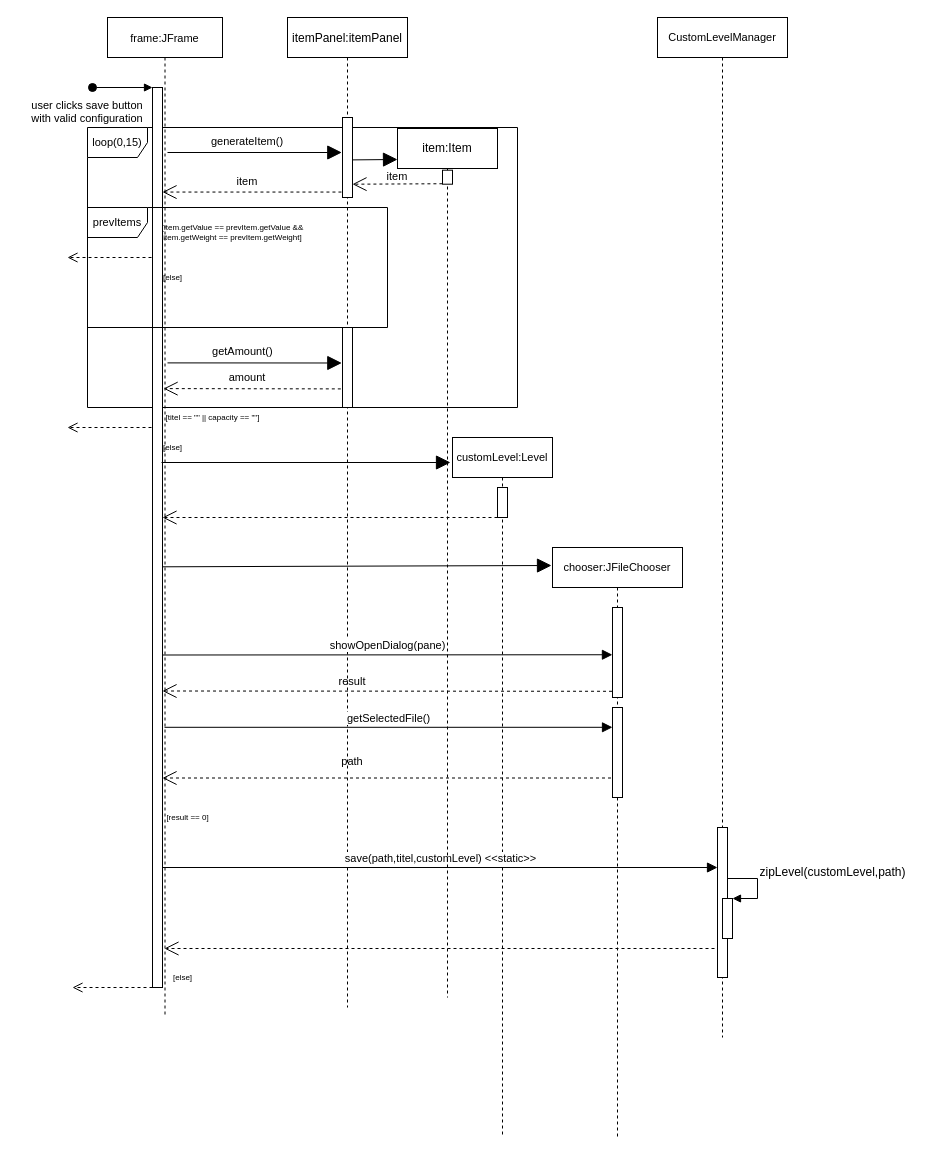
This is Squenzdiagramm.drawio from CaroReutin/Teamprojekt, a draw.io file, before an edit. Source tidied: cells renumbered, new cells numbered last; positions are measured from the earlier drawing's top-left corner, leaving out a move shared by most shapes. Both pictures are drawn from the tidied source at 100%, with x=0, y=0 at pixel (67, 17).
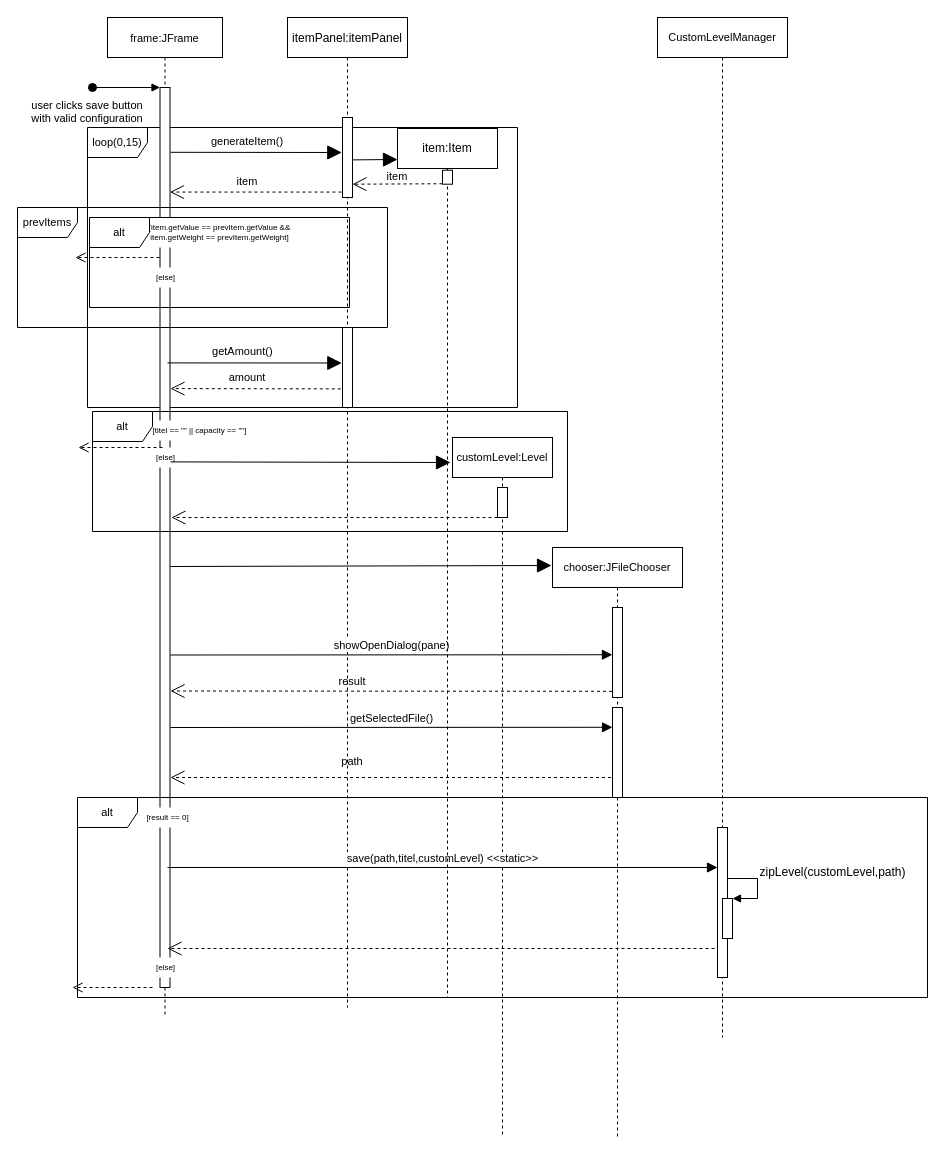
The same page after the edit.

Unchanged cells that the change refers to:
```xml
<mxCell id="3" value="frame:JFrame" style="shape=umlLifeline;perimeter=lifelinePerimeter;rounded=0;shadow=0;strokeWidth=1;fontSize=11;" parent="1" vertex="1">
  <mxGeometry x="40" width="115" height="1000" as="geometry" />
</mxCell>
<mxCell id="24" value="chooser:JFileChooser" style="shape=umlLifeline;perimeter=lifelinePerimeter;whiteSpace=wrap;html=1;outlineConnect=0;fontSize=11;fillColor=none;" parent="1" vertex="1">
  <mxGeometry x="485" y="530" width="130" height="590" as="geometry" />
</mxCell>
<mxCell id="25" style="html=1;points=[];perimeter=orthogonalPerimeter;fontSize=11;fillColor=default;" parent="24" vertex="1">
  <mxGeometry x="60" y="60" width="10" height="90" as="geometry" />
</mxCell>
<mxCell id="34" style="html=1;points=[];perimeter=orthogonalPerimeter;fontSize=11;fillColor=default;" parent="33" vertex="1">
  <mxGeometry x="60" y="810" width="10" height="150" as="geometry" />
</mxCell>
```

Change to the diagram source:
```diff
@@
     <mxCell id="4" style="points=[];perimeter=orthogonalPerimeter;rounded=0;shadow=0;strokeWidth=1;" parent="3" vertex="1">
-      <mxGeometry x="45" y="70" width="10" height="900" as="geometry" />
+      <mxGeometry x="52.5" y="70" width="10" height="900" as="geometry" />
     </mxCell>
@@
-    <mxCell id="6" style="endArrow=open;endFill=0;endSize=12;html=1;rounded=0;fontSize=11;entryX=0.276;entryY=0.834;entryDx=0;entryDy=0;entryPerimeter=0;dashed=1;" parent="3" edge="1" source="24">
+    <mxCell id="6" style="endArrow=open;endFill=0;endSize=12;html=1;rounded=0;fontSize=11;dashed=1;" parent="3" edge="1" source="24">
       <mxGeometry relative="1" as="geometry">
-        <mxPoint x="55" y="760.5" as="targetPoint" />
+        <mxPoint x="63" y="760" as="targetPoint" />
       </mxGeometry>
     </mxCell>
-    <mxCell id="7" value="[else]" style="text;html=1;align=center;verticalAlign=middle;strokeColor=none;fillColor=none;fontSize=8;" parent="3" vertex="1">
-      <mxGeometry x="45" y="420" width="40" height="20" as="geometry" />
+    <mxCell id="7" value="[else]" style="text;html=1;align=center;verticalAlign=middle;strokeColor=none;fillColor=default;fontSize=8;" parent="3" vertex="1">
+      <mxGeometry x="38" y="430" width="40" height="20" as="geometry" />
     </mxCell>
-    <mxCell id="8" value="[result == 0]" style="text;html=1;align=center;verticalAlign=middle;strokeColor=none;fillColor=none;fontSize=8;" parent="3" vertex="1">
-      <mxGeometry x="45" y="790" width="70" height="20" as="geometry" />
+    <mxCell id="8" value="[result == 0]" style="text;html=1;align=center;verticalAlign=middle;strokeColor=none;fillColor=default;fontSize=8;" parent="3" vertex="1">
+      <mxGeometry x="25" y="790" width="70" height="20" as="geometry" />
     </mxCell>
-    <mxCell id="9" value="[else]" style="text;html=1;align=center;verticalAlign=middle;strokeColor=none;fillColor=none;fontSize=8;" parent="3" vertex="1">
-      <mxGeometry x="55" y="950" width="40" height="20" as="geometry" />
+    <mxCell id="9" value="[else]" style="text;html=1;align=center;verticalAlign=middle;strokeColor=none;fillColor=default;fontSize=8;" parent="3" vertex="1">
+      <mxGeometry x="37.5" y="940" width="40" height="20" as="geometry" />
     </mxCell>
+    <mxCell id="51" style="html=1;verticalAlign=bottom;endArrow=open;dashed=1;endSize=8;rounded=0;fontSize=8;" parent="3" edge="1">
+      <mxGeometry x="0.29" relative="1" as="geometry">
+        <mxPoint x="55" y="430" as="sourcePoint" />
+        <mxPoint x="-29" y="430" as="targetPoint" />
+      </mxGeometry>
+    </mxCell>
@@
-    <mxCell id="13" style="endArrow=block;endFill=1;endSize=12;html=1;rounded=0;fontSize=11;entryX=-0.071;entryY=0.229;entryDx=0;entryDy=0;entryPerimeter=0;" parent="1" edge="1">
+    <mxCell id="13" style="endArrow=block;endFill=1;endSize=12;html=1;rounded=0;fontSize=11;entryX=-0.071;entryY=0.229;entryDx=0;entryDy=0;entryPerimeter=0;exitX=1.083;exitY=0.072;exitDx=0;exitDy=0;exitPerimeter=0;" parent="1" edge="1" source="4">
       <mxGeometry relative="1" as="geometry">
-        <mxPoint x="100" y="135" as="sourcePoint" />
         <mxPoint x="274.3" y="135" as="targetPoint" />
       </mxGeometry>
     </mxCell>
@@
     <mxCell id="19" style="endArrow=open;endFill=0;endSize=12;html=1;rounded=0;fontSize=11;exitX=-0.167;exitY=0.646;exitDx=0;exitDy=0;exitPerimeter=0;entryX=1.107;entryY=0.183;entryDx=0;entryDy=0;entryPerimeter=0;dashed=1;" parent="1" edge="1">
       <mxGeometry relative="1" as="geometry">
         <mxPoint x="273.3" y="371.4" as="sourcePoint" />
-        <mxPoint x="96.1" y="371.1" as="targetPoint" />
+        <mxPoint x="103" y="371.1" as="targetPoint" />
       </mxGeometry>
     </mxCell>
@@
-    <mxCell id="21" style="endArrow=block;endFill=1;endSize=12;html=1;rounded=0;fontSize=11;entryX=0;entryY=0.5;entryDx=0;entryDy=0;" parent="1" edge="1">
+    <mxCell id="21" style="endArrow=block;endFill=1;endSize=12;html=1;rounded=0;fontSize=11;entryX=0;entryY=0.5;entryDx=0;entryDy=0;exitX=1.05;exitY=0.416;exitDx=0;exitDy=0;exitPerimeter=0;" parent="1" edge="1" source="4">
       <mxGeometry relative="1" as="geometry">
-        <mxPoint x="94" y="445" as="sourcePoint" />
         <mxPoint x="383" y="445" as="targetPoint" />
       </mxGeometry>
     </mxCell>
@@
-    <mxCell id="26" value="getSelectedFile()" style="html=1;verticalAlign=bottom;endArrow=block;endSize=8;rounded=0;fontSize=11;entryX=0;entryY=0.213;entryDx=0;entryDy=0;entryPerimeter=0;endFill=1;" parent="24" edge="1" source="3">
+    <mxCell id="26" value="getSelectedFile()" style="html=1;verticalAlign=bottom;endArrow=block;endSize=8;rounded=0;fontSize=11;entryX=0;entryY=0.213;entryDx=0;entryDy=0;entryPerimeter=0;endFill=1;" parent="24" edge="1">
       <mxGeometry relative="1" as="geometry">
+        <mxPoint x="-382" y="180" as="sourcePoint" />
         <mxPoint x="60" y="179.8" as="targetPoint" />
       </mxGeometry>
     </mxCell>
@@
     <mxCell id="28" value="showOpenDialog(pane)" style="html=1;verticalAlign=bottom;endArrow=block;endSize=8;rounded=0;fontSize=11;exitX=1.244;exitY=0.475;exitDx=0;exitDy=0;exitPerimeter=0;endFill=1;entryX=-0.006;entryY=0.525;entryDx=0;entryDy=0;entryPerimeter=0;" parent="1" edge="1" target="25">
       <mxGeometry relative="1" as="geometry">
-        <mxPoint x="95" y="637.5" as="sourcePoint" />
+        <mxPoint x="103" y="637.5" as="sourcePoint" />
       </mxGeometry>
     </mxCell>
-    <mxCell id="29" style="endArrow=block;endFill=1;endSize=12;html=1;rounded=0;fontSize=11;exitX=1.184;exitY=0.377;exitDx=0;exitDy=0;exitPerimeter=0;" parent="1" edge="1">
+    <mxCell id="29" style="endArrow=block;endFill=1;endSize=12;html=1;rounded=0;fontSize=11;" parent="1" edge="1">
       <mxGeometry relative="1" as="geometry">
-        <mxPoint x="95" y="549.3" as="sourcePoint" />
+        <mxPoint x="103" y="549" as="sourcePoint" />
         <mxPoint x="484" y="548" as="targetPoint" />
       </mxGeometry>
     </mxCell>
     <mxCell id="30" style="endArrow=open;endFill=0;endSize=12;html=1;rounded=0;fontSize=11;entryX=1.078;entryY=0.515;entryDx=0;entryDy=0;entryPerimeter=0;dashed=1;exitX=-0.047;exitY=0.931;exitDx=0;exitDy=0;exitPerimeter=0;" parent="1" edge="1" source="25">
       <mxGeometry relative="1" as="geometry">
-        <mxPoint x="95" y="673.5" as="targetPoint" />
+        <mxPoint x="103" y="673.5" as="targetPoint" />
       </mxGeometry>
     </mxCell>
@@
     <mxCell id="37" value="save(path,titel,customLevel) &amp;lt;&amp;lt;static&amp;gt;&amp;gt;" style="html=1;verticalAlign=bottom;endArrow=block;endSize=8;rounded=0;fontSize=11;endFill=1;" parent="1" edge="1" target="34">
       <mxGeometry relative="1" as="geometry">
-        <mxPoint x="95" y="850" as="sourcePoint" />
+        <mxPoint x="100" y="850" as="sourcePoint" />
       </mxGeometry>
     </mxCell>
     <mxCell id="38" style="endArrow=open;endFill=0;endSize=12;html=1;rounded=0;fontSize=11;dashed=1;" parent="1" edge="1">
       <mxGeometry relative="1" as="geometry">
         <mxPoint x="647" y="931" as="sourcePoint" />
-        <mxPoint x="97" y="931" as="targetPoint" />
+        <mxPoint x="100" y="931" as="targetPoint" />
       </mxGeometry>
     </mxCell>
     <mxCell id="39" style="endArrow=open;dashed=1;endFill=0;endSize=12;html=1;rounded=0;" parent="1" edge="1">
       <mxGeometry relative="1" as="geometry">
         <mxPoint x="430" y="500" as="sourcePoint" />
-        <mxPoint x="95" y="500" as="targetPoint" />
+        <mxPoint x="104" y="500" as="targetPoint" />
       </mxGeometry>
     </mxCell>
@@
     <mxCell id="46" value="prevItems" style="shape=umlFrame;whiteSpace=wrap;html=1;fontSize=11;fillColor=none;" parent="1" vertex="1">
-      <mxGeometry x="20" y="190" width="300" height="120" as="geometry" />
+      <mxGeometry x="-50" y="190" width="370" height="120" as="geometry" />
     </mxCell>
-    <mxCell id="47" value="&lt;div&gt;[item.getValue == prevItem.getValue &amp;amp;&amp;amp;&lt;/div&gt;&lt;div&gt;item.getWeight == prevItem.getWeight]&lt;/div&gt;" style="text;html=1;align=center;verticalAlign=middle;strokeColor=none;fillColor=none;fontSize=8;" parent="1" vertex="1">
-      <mxGeometry x="85" y="200" width="160" height="30" as="geometry" />
+    <mxCell id="47" value="&lt;div&gt;[item.getValue == prevItem.getValue &amp;amp;&amp;amp;&lt;/div&gt;&lt;div&gt;item.getWeight == prevItem.getWeight]&lt;/div&gt;" style="text;html=1;align=center;verticalAlign=middle;strokeColor=none;fillColor=default;fontSize=8;" parent="1" vertex="1">
+      <mxGeometry x="72" y="200" width="160" height="30" as="geometry" />
     </mxCell>
     <mxCell id="48" style="html=1;verticalAlign=bottom;endArrow=open;dashed=1;endSize=8;rounded=0;fontSize=8;" parent="1" edge="1">
       <mxGeometry x="0.29" relative="1" as="geometry">
-        <mxPoint x="84" y="240" as="sourcePoint" />
-        <mxPoint y="240" as="targetPoint" />
+        <mxPoint x="92" y="240" as="sourcePoint" />
+        <mxPoint x="8" y="240" as="targetPoint" />
       </mxGeometry>
     </mxCell>
-    <mxCell id="49" value="[else]" style="text;html=1;align=center;verticalAlign=middle;strokeColor=none;fillColor=none;fontSize=8;" parent="1" vertex="1">
-      <mxGeometry x="85" y="250" width="40" height="20" as="geometry" />
+    <mxCell id="49" value="[else]" style="text;html=1;align=center;verticalAlign=middle;strokeColor=none;fillColor=default;fontSize=8;" parent="1" vertex="1">
+      <mxGeometry x="77.5" y="250" width="40" height="20" as="geometry" />
     </mxCell>
-    <mxCell id="50" value="[titel == &quot;&quot; || capacity == &quot;&quot;]" style="text;html=1;align=center;verticalAlign=middle;strokeColor=none;fillColor=none;fontSize=8;" parent="1" vertex="1">
-      <mxGeometry x="85" y="390" width="120" height="20" as="geometry" />
+    <mxCell id="50" value="[titel == &quot;&quot; || capacity == &quot;&quot;]" style="text;html=1;align=center;verticalAlign=middle;strokeColor=none;fillColor=default;fontSize=8;" parent="1" vertex="1">
+      <mxGeometry x="72" y="403" width="120" height="20" as="geometry" />
     </mxCell>
-    <mxCell id="51" style="html=1;verticalAlign=bottom;endArrow=open;dashed=1;endSize=8;rounded=0;fontSize=8;" parent="1" edge="1">
-      <mxGeometry x="0.29" relative="1" as="geometry">
-        <mxPoint x="84" y="410" as="sourcePoint" />
-        <mxPoint y="410" as="targetPoint" />
-      </mxGeometry>
-    </mxCell>
@@
+    <mxCell id="53" value="alt" style="shape=umlFrame;whiteSpace=wrap;html=1;fontSize=11;fillColor=none;" parent="1" vertex="1">
+      <mxGeometry x="10" y="780" width="850" height="200" as="geometry" />
+    </mxCell>
+    <mxCell id="54" value="alt" style="shape=umlFrame;whiteSpace=wrap;html=1;fontSize=11;fillColor=none;" parent="1" vertex="1">
+      <mxGeometry x="22" y="200" width="260" height="90" as="geometry" />
+    </mxCell>
+    <mxCell id="55" value="alt" style="shape=umlFrame;whiteSpace=wrap;html=1;fontSize=11;fillColor=none;" parent="1" vertex="1">
+      <mxGeometry x="25" y="394" width="475" height="120" as="geometry" />
+    </mxCell>
```
